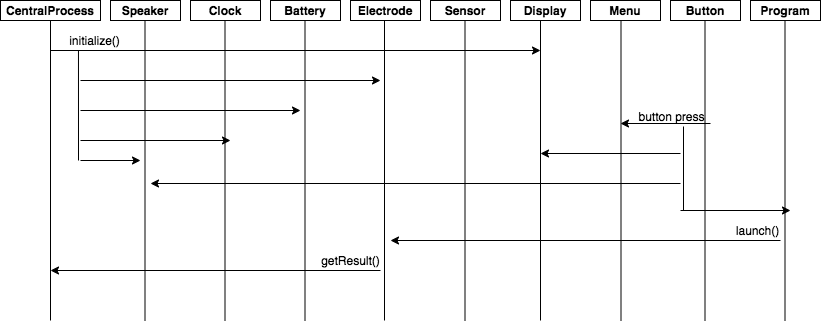
VokusX/COMP3004 keeps this draw.io diagram as Documentation/UC2 Sequence.png. Above is the earlier version. Source tidied: cells renumbered, new cells last; positions are measured from the earlier drawing's top-left corner, leaving out a move shared by most shapes. The source it was exported from:
```xml
<mxGraphModel>
  <root>
    <mxCell id="0" />
    <mxCell id="1" parent="0" />
    <mxCell id="2" value="&lt;b&gt;CentralProcess&lt;/b&gt;" style="rounded=0;whiteSpace=wrap;html=1;" parent="1" vertex="1">
      <mxGeometry width="100" height="20" as="geometry" />
    </mxCell>
    <mxCell id="3" value="&lt;b&gt;Speaker&lt;/b&gt;" style="rounded=0;whiteSpace=wrap;html=1;" parent="1" vertex="1">
      <mxGeometry x="110" width="70" height="20" as="geometry" />
    </mxCell>
    <mxCell id="4" value="&lt;b&gt;Clock&lt;/b&gt;" style="rounded=0;whiteSpace=wrap;html=1;" parent="1" vertex="1">
      <mxGeometry x="190" width="70" height="20" as="geometry" />
    </mxCell>
    <mxCell id="5" value="&lt;b&gt;Battery&lt;/b&gt;" style="rounded=0;whiteSpace=wrap;html=1;" parent="1" vertex="1">
      <mxGeometry x="270" width="70" height="20" as="geometry" />
    </mxCell>
    <mxCell id="6" value="&lt;b&gt;Electrode&lt;/b&gt;" style="rounded=0;whiteSpace=wrap;html=1;" parent="1" vertex="1">
      <mxGeometry x="350" width="70" height="20" as="geometry" />
    </mxCell>
    <mxCell id="7" value="&lt;b&gt;Sensor&lt;/b&gt;" style="rounded=0;whiteSpace=wrap;html=1;" parent="1" vertex="1">
      <mxGeometry x="430" width="70" height="20" as="geometry" />
    </mxCell>
    <mxCell id="8" value="&lt;b&gt;Display&lt;/b&gt;" style="rounded=0;whiteSpace=wrap;html=1;" parent="1" vertex="1">
      <mxGeometry x="510" width="70" height="20" as="geometry" />
    </mxCell>
    <mxCell id="9" value="&lt;b&gt;Menu&lt;br&gt;&lt;/b&gt;" style="rounded=0;whiteSpace=wrap;html=1;" parent="1" vertex="1">
      <mxGeometry x="590" width="70" height="20" as="geometry" />
    </mxCell>
    <mxCell id="10" value="&lt;b&gt;Button&lt;/b&gt;" style="rounded=0;whiteSpace=wrap;html=1;" parent="1" vertex="1">
      <mxGeometry x="670" width="70" height="20" as="geometry" />
    </mxCell>
    <mxCell id="11" style="endArrow=none;html=1;entryX=0.5;entryY=1;entryDx=0;entryDy=0;" parent="1" edge="1" target="2">
      <mxGeometry relative="1" as="geometry">
        <mxPoint x="50" y="320" as="sourcePoint" />
      </mxGeometry>
    </mxCell>
    <mxCell id="12" style="endArrow=none;html=1;entryX=0.5;entryY=1;entryDx=0;entryDy=0;" parent="1" edge="1">
      <mxGeometry relative="1" as="geometry">
        <mxPoint x="144.5" y="320" as="sourcePoint" />
        <mxPoint x="144.5" y="20" as="targetPoint" />
      </mxGeometry>
    </mxCell>
    <mxCell id="13" style="endArrow=none;html=1;entryX=0.5;entryY=1;entryDx=0;entryDy=0;" parent="1" edge="1">
      <mxGeometry relative="1" as="geometry">
        <mxPoint x="224.5" y="320" as="sourcePoint" />
        <mxPoint x="224.5" y="20" as="targetPoint" />
      </mxGeometry>
    </mxCell>
    <mxCell id="14" style="endArrow=none;html=1;entryX=0.5;entryY=1;entryDx=0;entryDy=0;" parent="1" edge="1">
      <mxGeometry relative="1" as="geometry">
        <mxPoint x="304.5" y="320" as="sourcePoint" />
        <mxPoint x="304.5" y="20" as="targetPoint" />
      </mxGeometry>
    </mxCell>
    <mxCell id="15" style="endArrow=none;html=1;entryX=0.5;entryY=1;entryDx=0;entryDy=0;" parent="1" edge="1">
      <mxGeometry relative="1" as="geometry">
        <mxPoint x="384" y="320" as="sourcePoint" />
        <mxPoint x="384" y="20" as="targetPoint" />
      </mxGeometry>
    </mxCell>
    <mxCell id="16" style="endArrow=none;html=1;entryX=0.5;entryY=1;entryDx=0;entryDy=0;" parent="1" edge="1">
      <mxGeometry relative="1" as="geometry">
        <mxPoint x="464.5" y="320" as="sourcePoint" />
        <mxPoint x="464.5" y="20" as="targetPoint" />
      </mxGeometry>
    </mxCell>
    <mxCell id="17" style="endArrow=none;html=1;entryX=0.5;entryY=1;entryDx=0;entryDy=0;" parent="1" edge="1">
      <mxGeometry relative="1" as="geometry">
        <mxPoint x="540" y="320" as="sourcePoint" />
        <mxPoint x="540" y="20" as="targetPoint" />
      </mxGeometry>
    </mxCell>
    <mxCell id="18" style="endArrow=none;html=1;entryX=0.5;entryY=1;entryDx=0;entryDy=0;" parent="1" edge="1">
      <mxGeometry relative="1" as="geometry">
        <mxPoint x="620.5" y="320" as="sourcePoint" />
        <mxPoint x="620.5" y="20" as="targetPoint" />
      </mxGeometry>
    </mxCell>
    <mxCell id="19" style="endArrow=none;html=1;entryX=0.5;entryY=1;entryDx=0;entryDy=0;" parent="1" edge="1">
      <mxGeometry relative="1" as="geometry">
        <mxPoint x="704.5" y="320" as="sourcePoint" />
        <mxPoint x="704.5" y="20" as="targetPoint" />
      </mxGeometry>
    </mxCell>
    <mxCell id="20" style="endArrow=classic;html=1;" parent="1" edge="1">
      <mxGeometry relative="1" as="geometry">
        <mxPoint x="50" y="50" as="sourcePoint" />
        <mxPoint x="540" y="50" as="targetPoint" />
      </mxGeometry>
    </mxCell>
    <mxCell id="21" value="initialize()" style="text;html=1;align=center;verticalAlign=middle;points=[];" parent="1" vertex="1">
      <mxGeometry x="59" y="30" width="70" height="20" as="geometry" />
    </mxCell>
    <mxCell id="22" style="endArrow=none;html=1;entryX=0.271;entryY=1;entryDx=0;entryDy=0;entryPerimeter=0;" parent="1" edge="1" target="21">
      <mxGeometry relative="1" as="geometry">
        <mxPoint x="78" y="160" as="sourcePoint" />
      </mxGeometry>
    </mxCell>
    <mxCell id="23" style="endArrow=classic;html=1;" parent="1" edge="1">
      <mxGeometry relative="1" as="geometry">
        <mxPoint x="80" y="80" as="sourcePoint" />
        <mxPoint x="380" y="80" as="targetPoint" />
      </mxGeometry>
    </mxCell>
    <mxCell id="24" style="endArrow=classic;html=1;" parent="1" edge="1">
      <mxGeometry relative="1" as="geometry">
        <mxPoint x="80" y="110" as="sourcePoint" />
        <mxPoint x="300" y="110" as="targetPoint" />
      </mxGeometry>
    </mxCell>
    <mxCell id="25" style="endArrow=classic;html=1;" parent="1" edge="1">
      <mxGeometry relative="1" as="geometry">
        <mxPoint x="80" y="140" as="sourcePoint" />
        <mxPoint x="230" y="140" as="targetPoint" />
      </mxGeometry>
    </mxCell>
    <mxCell id="26" style="endArrow=classic;html=1;" parent="1" edge="1">
      <mxGeometry relative="1" as="geometry">
        <mxPoint x="80" y="160" as="sourcePoint" />
        <mxPoint x="140" y="160" as="targetPoint" />
      </mxGeometry>
    </mxCell>
    <mxCell id="27" value="&lt;b&gt;Program&lt;/b&gt;" style="rounded=0;whiteSpace=wrap;html=1;" parent="1" vertex="1">
      <mxGeometry x="750" width="70" height="20" as="geometry" />
    </mxCell>
    <mxCell id="28" style="endArrow=none;html=1;entryX=0.5;entryY=1;entryDx=0;entryDy=0;" parent="1" edge="1">
      <mxGeometry relative="1" as="geometry">
        <mxPoint x="784.5" y="320" as="sourcePoint" />
        <mxPoint x="784.5" y="20" as="targetPoint" />
      </mxGeometry>
    </mxCell>
    <mxCell id="29" style="endArrow=classic;html=1;" parent="1" edge="1">
      <mxGeometry relative="1" as="geometry">
        <mxPoint x="710" y="123" as="sourcePoint" />
        <mxPoint x="620" y="123" as="targetPoint" />
      </mxGeometry>
    </mxCell>
    <mxCell id="30" value="button press" style="text;html=1;align=center;verticalAlign=middle;points=[];" parent="1" vertex="1">
      <mxGeometry x="631" y="106" width="80" height="20" as="geometry" />
    </mxCell>
    <mxCell id="31" style="endArrow=none;html=1;entryX=0.65;entryY=1;entryDx=0;entryDy=0;entryPerimeter=0;" parent="1" edge="1" target="30">
      <mxGeometry relative="1" as="geometry">
        <mxPoint x="683" y="210" as="sourcePoint" />
      </mxGeometry>
    </mxCell>
    <mxCell id="32" style="endArrow=classic;html=1;" parent="1" edge="1">
      <mxGeometry relative="1" as="geometry">
        <mxPoint x="680" y="153" as="sourcePoint" />
        <mxPoint x="540" y="153" as="targetPoint" />
      </mxGeometry>
    </mxCell>
    <mxCell id="33" style="endArrow=classic;html=1;" parent="1" edge="1">
      <mxGeometry relative="1" as="geometry">
        <mxPoint x="680" y="183" as="sourcePoint" />
        <mxPoint x="150" y="183" as="targetPoint" />
      </mxGeometry>
    </mxCell>
    <mxCell id="34" style="endArrow=classic;html=1;" parent="1" edge="1">
      <mxGeometry relative="1" as="geometry">
        <mxPoint x="680" y="210" as="sourcePoint" />
        <mxPoint x="790" y="210" as="targetPoint" />
      </mxGeometry>
    </mxCell>
    <mxCell id="35" style="endArrow=classic;html=1;" parent="1" edge="1">
      <mxGeometry relative="1" as="geometry">
        <mxPoint x="380" y="270" as="sourcePoint" />
        <mxPoint x="50" y="270" as="targetPoint" />
      </mxGeometry>
    </mxCell>
    <mxCell id="36" value="getResult()" style="text;html=1;align=center;verticalAlign=middle;" parent="1" vertex="1">
      <mxGeometry x="315" y="250" width="70" height="20" as="geometry" />
    </mxCell>
    <mxCell id="37" style="endArrow=classic;html=1;" parent="1" edge="1">
      <mxGeometry relative="1" as="geometry">
        <mxPoint x="780" y="240" as="sourcePoint" />
        <mxPoint x="390" y="240" as="targetPoint" />
      </mxGeometry>
    </mxCell>
    <mxCell id="38" value="launch()" style="text;html=1;align=center;verticalAlign=middle;" parent="1" vertex="1">
      <mxGeometry x="727" y="220" width="60" height="20" as="geometry" />
    </mxCell>
  </root>
</mxGraphModel>
```
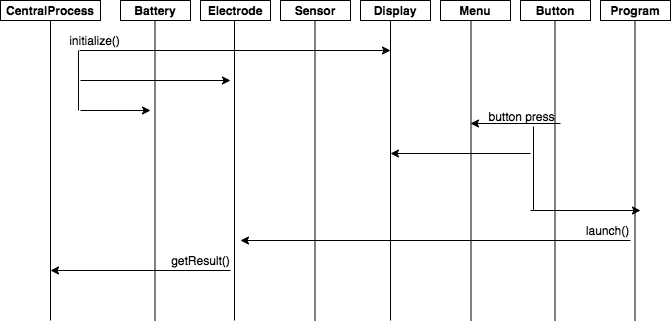
The same diagram one commit later.

Change to the diagram source:
```diff
@@ -3,14 +3,8 @@
     <mxCell id="0" />
     <mxCell id="1" parent="0" />
     <mxCell id="2" value="&lt;b&gt;CentralProcess&lt;/b&gt;" style="rounded=0;whiteSpace=wrap;html=1;" parent="1" vertex="1">
-      <mxGeometry width="100" height="20" as="geometry" />
+      <mxGeometry x="150" width="100" height="20" as="geometry" />
     </mxCell>
-    <mxCell id="3" value="&lt;b&gt;Speaker&lt;/b&gt;" style="rounded=0;whiteSpace=wrap;html=1;" parent="1" vertex="1">
-      <mxGeometry x="110" width="70" height="20" as="geometry" />
-    </mxCell>
-    <mxCell id="4" value="&lt;b&gt;Clock&lt;/b&gt;" style="rounded=0;whiteSpace=wrap;html=1;" parent="1" vertex="1">
-      <mxGeometry x="190" width="70" height="20" as="geometry" />
-    </mxCell>
     <mxCell id="5" value="&lt;b&gt;Battery&lt;/b&gt;" style="rounded=0;whiteSpace=wrap;html=1;" parent="1" vertex="1">
       <mxGeometry x="270" width="70" height="20" as="geometry" />
     </mxCell>
@@ -31,21 +25,9 @@
     </mxCell>
     <mxCell id="11" style="endArrow=none;html=1;entryX=0.5;entryY=1;entryDx=0;entryDy=0;" parent="1" edge="1" target="2">
       <mxGeometry relative="1" as="geometry">
-        <mxPoint x="50" y="320" as="sourcePoint" />
+        <mxPoint x="200" y="320" as="sourcePoint" />
       </mxGeometry>
     </mxCell>
-    <mxCell id="12" style="endArrow=none;html=1;entryX=0.5;entryY=1;entryDx=0;entryDy=0;" parent="1" edge="1">
-      <mxGeometry relative="1" as="geometry">
-        <mxPoint x="144.5" y="320" as="sourcePoint" />
-        <mxPoint x="144.5" y="20" as="targetPoint" />
-      </mxGeometry>
-    </mxCell>
-    <mxCell id="13" style="endArrow=none;html=1;entryX=0.5;entryY=1;entryDx=0;entryDy=0;" parent="1" edge="1">
-      <mxGeometry relative="1" as="geometry">
-        <mxPoint x="224.5" y="320" as="sourcePoint" />
-        <mxPoint x="224.5" y="20" as="targetPoint" />
-      </mxGeometry>
-    </mxCell>
     <mxCell id="14" style="endArrow=none;html=1;entryX=0.5;entryY=1;entryDx=0;entryDy=0;" parent="1" edge="1">
       <mxGeometry relative="1" as="geometry">
         <mxPoint x="304.5" y="320" as="sourcePoint" />
@@ -84,42 +66,30 @@
     </mxCell>
     <mxCell id="20" style="endArrow=classic;html=1;" parent="1" edge="1">
       <mxGeometry relative="1" as="geometry">
-        <mxPoint x="50" y="50" as="sourcePoint" />
+        <mxPoint x="229" y="50" as="sourcePoint" />
         <mxPoint x="540" y="50" as="targetPoint" />
       </mxGeometry>
     </mxCell>
     <mxCell id="21" value="initialize()" style="text;html=1;align=center;verticalAlign=middle;points=[];" parent="1" vertex="1">
-      <mxGeometry x="59" y="30" width="70" height="20" as="geometry" />
+      <mxGeometry x="209" y="30" width="70" height="20" as="geometry" />
     </mxCell>
     <mxCell id="22" style="endArrow=none;html=1;entryX=0.271;entryY=1;entryDx=0;entryDy=0;entryPerimeter=0;" parent="1" edge="1" target="21">
       <mxGeometry relative="1" as="geometry">
-        <mxPoint x="78" y="160" as="sourcePoint" />
+        <mxPoint x="228" y="110" as="sourcePoint" />
       </mxGeometry>
     </mxCell>
     <mxCell id="23" style="endArrow=classic;html=1;" parent="1" edge="1">
       <mxGeometry relative="1" as="geometry">
-        <mxPoint x="80" y="80" as="sourcePoint" />
+        <mxPoint x="230" y="80" as="sourcePoint" />
         <mxPoint x="380" y="80" as="targetPoint" />
       </mxGeometry>
     </mxCell>
     <mxCell id="24" style="endArrow=classic;html=1;" parent="1" edge="1">
       <mxGeometry relative="1" as="geometry">
-        <mxPoint x="80" y="110" as="sourcePoint" />
+        <mxPoint x="230" y="110" as="sourcePoint" />
         <mxPoint x="300" y="110" as="targetPoint" />
       </mxGeometry>
     </mxCell>
-    <mxCell id="25" style="endArrow=classic;html=1;" parent="1" edge="1">
-      <mxGeometry relative="1" as="geometry">
-        <mxPoint x="80" y="140" as="sourcePoint" />
-        <mxPoint x="230" y="140" as="targetPoint" />
-      </mxGeometry>
-    </mxCell>
-    <mxCell id="26" style="endArrow=classic;html=1;" parent="1" edge="1">
-      <mxGeometry relative="1" as="geometry">
-        <mxPoint x="80" y="160" as="sourcePoint" />
-        <mxPoint x="140" y="160" as="targetPoint" />
-      </mxGeometry>
-    </mxCell>
     <mxCell id="27" value="&lt;b&gt;Program&lt;/b&gt;" style="rounded=0;whiteSpace=wrap;html=1;" parent="1" vertex="1">
       <mxGeometry x="750" width="70" height="20" as="geometry" />
     </mxCell>
@@ -149,12 +119,6 @@
         <mxPoint x="540" y="153" as="targetPoint" />
       </mxGeometry>
     </mxCell>
-    <mxCell id="33" style="endArrow=classic;html=1;" parent="1" edge="1">
-      <mxGeometry relative="1" as="geometry">
-        <mxPoint x="680" y="183" as="sourcePoint" />
-        <mxPoint x="150" y="183" as="targetPoint" />
-      </mxGeometry>
-    </mxCell>
     <mxCell id="34" style="endArrow=classic;html=1;" parent="1" edge="1">
       <mxGeometry relative="1" as="geometry">
         <mxPoint x="680" y="210" as="sourcePoint" />
@@ -164,7 +128,7 @@
     <mxCell id="35" style="endArrow=classic;html=1;" parent="1" edge="1">
       <mxGeometry relative="1" as="geometry">
         <mxPoint x="380" y="270" as="sourcePoint" />
-        <mxPoint x="50" y="270" as="targetPoint" />
+        <mxPoint x="200" y="270" as="targetPoint" />
       </mxGeometry>
     </mxCell>
     <mxCell id="36" value="getResult()" style="text;html=1;align=center;verticalAlign=middle;" parent="1" vertex="1">
```
